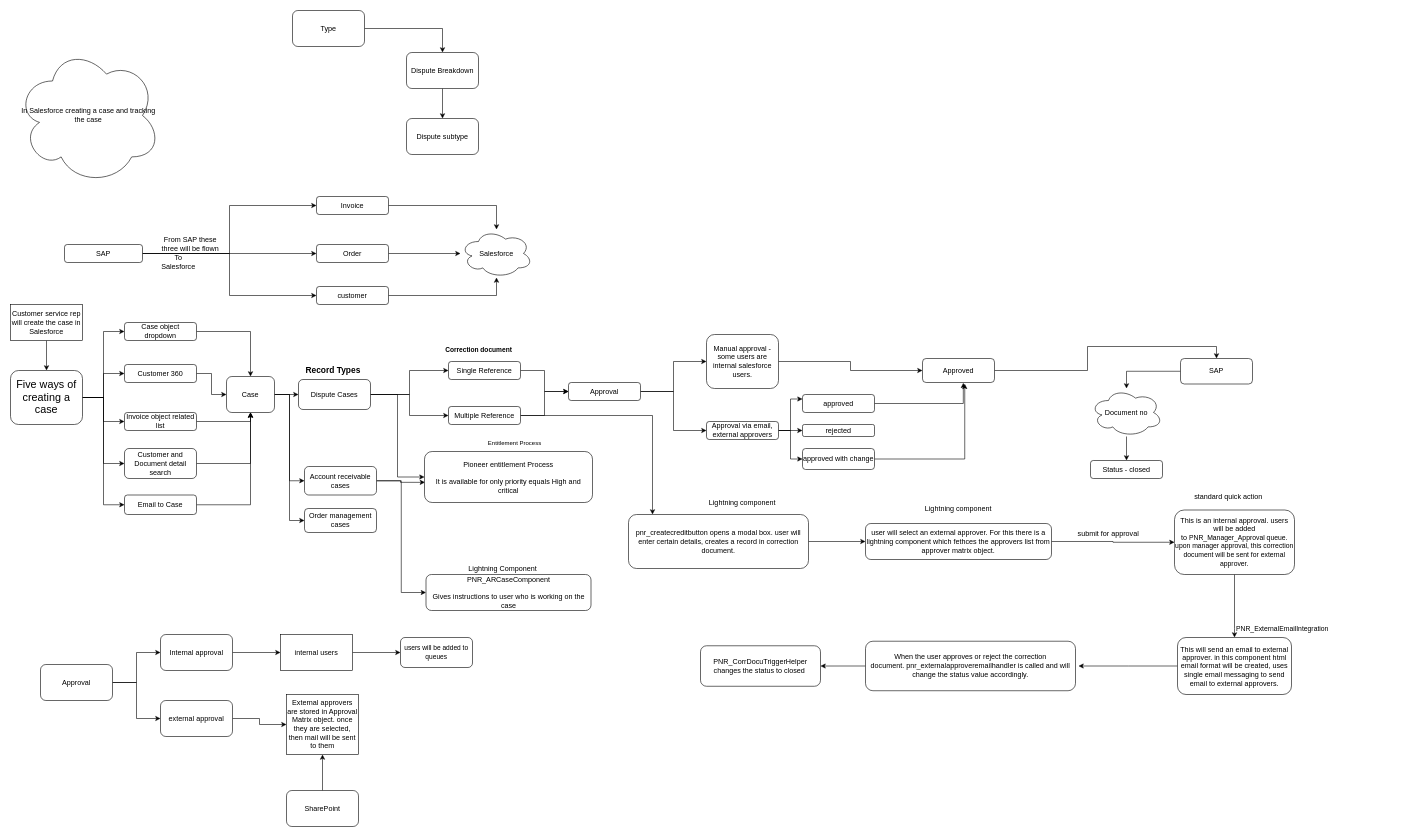
The draw.io diagram Untitled Diagram.drawio in sagaramm/ui_notes, before the edit. Source tidied: cells renumbered, new cells numbered last; positions are measured from the earlier drawing's top-left corner, leaving out a move shared by most shapes. Both pictures are drawn from the tidied source at 60%, with x=0, y=0 at pixel (10, 10).
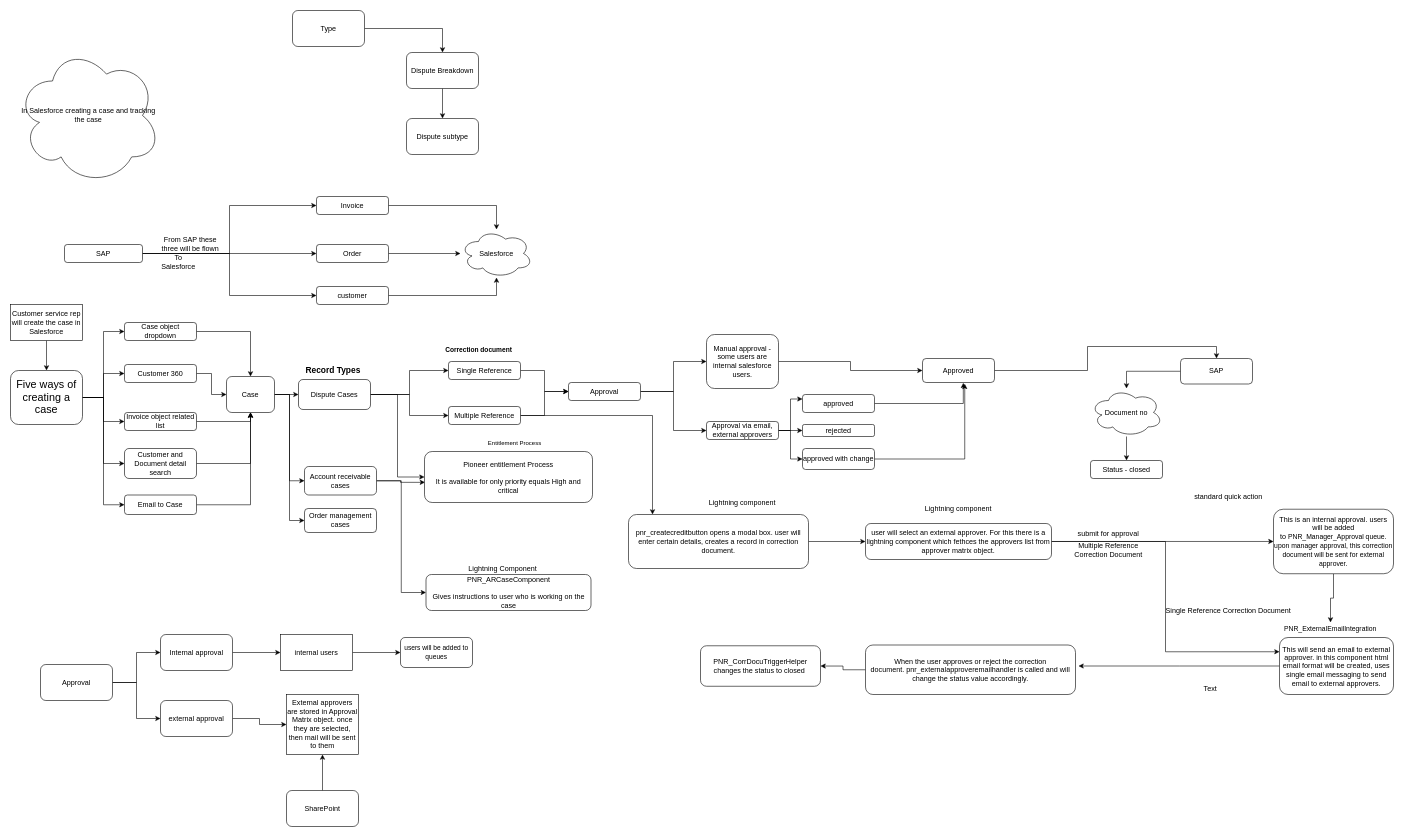
The same diagram, later.

The change refers to these unchanged cells:
```xml
<mxCell id="100" value="user will select an external approver. For this there is a lightning component which fethces the approvers list from approver matrix object." style="rounded=1;whiteSpace=wrap;html=1;" parent="1" vertex="1">
  <mxGeometry x="1425" y="855" width="310" height="60" as="geometry" />
</mxCell>
```

Diff of the diagram source:
```diff
@@
+    <mxCell id="113" style="edgeStyle=orthogonalEdgeStyle;rounded=0;jettySize=auto;html=1;entryX=0;entryY=0.25;entryDx=0;entryDy=0;" parent="1" edge="1" source="100" target="108">
+      <mxGeometry relative="1" as="geometry" />
+    </mxCell>
@@
-    <mxCell id="101" style="edgeStyle=orthogonalEdgeStyle;rounded=0;jettySize=auto;html=1;entryX=0.5;entryY=0;entryDx=0;entryDy=0;" parent="1" edge="1" source="102" target="108">
-      <mxGeometry relative="1" as="geometry">
-        <Array as="points">
-          <mxPoint x="2040" y="1030" />
-        </Array>
-      </mxGeometry>
-    </mxCell>
+    <mxCell id="114" style="edgeStyle=orthogonalEdgeStyle;rounded=0;jettySize=auto;html=1;entryX=0.5;entryY=0;entryDx=0;entryDy=0;" parent="1" edge="1" source="102" target="109">
+      <mxGeometry relative="1" as="geometry" />
+    </mxCell>
     <mxCell id="102" value="This is an internal approval. users will be added to&amp;nbsp;&lt;a style=&quot;font-family: &amp;#34;arial&amp;#34; , &amp;#34;helvetica&amp;#34; , sans-serif ; font-size: 11.36px ; background-color: rgb(255 , 255 , 255)&quot;&gt;PNR_Manager_Approval queue. upon manager approval, this correction document will be sent for external approver.&lt;/a&gt;" style="rounded=1;whiteSpace=wrap;html=1;" parent="1" vertex="1">
-      <mxGeometry x="1940" y="832.5" width="200" height="107.5" as="geometry" />
+      <mxGeometry x="2105" y="831.2" width="200" height="107.5" as="geometry" />
     </mxCell>
@@
     <mxCell id="108" value="This will send an email to external approver. in this component html email format will be created, uses single email messaging to send email to external approvers." style="rounded=1;whiteSpace=wrap;html=1;" parent="1" vertex="1">
-      <mxGeometry x="1945" y="1045" width="190" height="95" as="geometry" />
+      <mxGeometry x="2115" y="1045" width="190" height="95" as="geometry" />
     </mxCell>
     <mxCell id="109" value="&lt;a style=&quot;font-family: &amp;#34;arial&amp;#34; , &amp;#34;helvetica&amp;#34; , sans-serif ; font-size: 11.36px ; text-align: left&quot;&gt;PNR_ExternalEmailIntegration&lt;/a&gt;" style="text;html=1;strokeColor=none;fillColor=none;align=center;verticalAlign=middle;whiteSpace=wrap;rounded=0;" parent="1" vertex="1">
-      <mxGeometry x="2050" y="1020" width="140" height="20" as="geometry" />
+      <mxGeometry x="2130" y="1020" width="140" height="20" as="geometry" />
     </mxCell>
@@
     <mxCell id="111" value="When the user approves or reject the correction document.&amp;nbsp;pnr_externalapproveremailhandler is called and will change the status value accordingly." style="rounded=1;whiteSpace=wrap;html=1;" parent="1" vertex="1">
-      <mxGeometry x="1425" y="1051.2" width="350" height="82.5" as="geometry" />
+      <mxGeometry x="1425" y="1057.5" width="350" height="82.5" as="geometry" />
     </mxCell>
@@
+    <mxCell id="115" value="Multiple Reference Correction Document" style="text;html=1;strokeColor=none;fillColor=none;align=center;verticalAlign=middle;whiteSpace=wrap;rounded=0;" parent="1" vertex="1">
+      <mxGeometry x="1750" y="890" width="160" height="20" as="geometry" />
+    </mxCell>
+    <mxCell id="116" value="Text" style="text;html=1;strokeColor=none;fillColor=none;align=center;verticalAlign=middle;whiteSpace=wrap;rounded=0;" parent="1" vertex="1">
+      <mxGeometry x="1980" y="1120" width="40" height="20" as="geometry" />
+    </mxCell>
+    <mxCell id="117" value="Single Reference Correction Document" style="text;html=1;strokeColor=none;fillColor=none;align=center;verticalAlign=middle;whiteSpace=wrap;rounded=0;" parent="1" vertex="1">
+      <mxGeometry x="1920" y="990" width="220" height="20" as="geometry" />
+    </mxCell>
```
